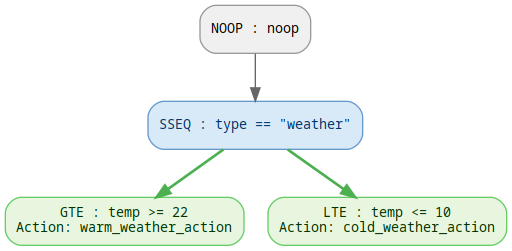
This is doc/dag/weather.png from Asmodai/gohacks, a Graphviz export, as it was before one commit. Its source is kept beside it as doc/dag/weather.dot.
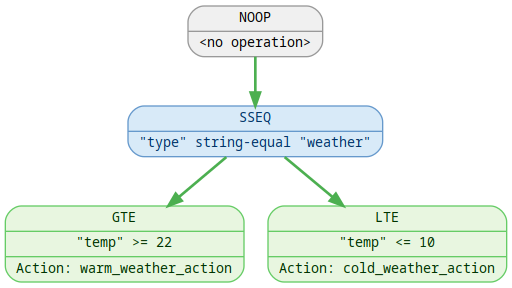
After the commit.

The edit, as a diff of the source:
```diff
@@ -1,15 +1,13 @@
 digraph DAG {
   graph [bgcolor=transparent];
-  node [shape=box, style="rounded,filled", fontname="monospace", fontsize=10];
+  rankdir=TB;
+  node [shape=record, style="rounded,filled", fontname="monospace", fontsize=10];
   edge [color="#666666"];
-
-  n0 [label="NOOP : noop", fillcolor="#F0F0F0", fontcolor="#000000", color="#999999"];
-
-  n1 [label="SSEQ : type == \"weather\"", fillcolor="#D8EAF8", fontcolor="#003366", color="#6699CC"];
-  n2 [label="GTE : temp >= 22\nAction: warm_weather_action", fillcolor="#E8F6E0", fontcolor="#003300", color="#66CC66"];
-  n3 [label="LTE : temp <= 10\nAction: cold_weather_action", fillcolor="#E8F6E0", fontcolor="#003300", color="#66CC66"];
-
-  n0 -> n1;
+  n0 [label="{<f0> NOOP | <f1> \<no operation\>}" fillcolor="#f0f0f0", fontcolor="#000000", color="#999999"];
+  n1 [label="{<f0> SSEQ | <f1> \"type\" string-equal \"weather\"}" fillcolor="#d8eaf8", fontcolor="#003366", color="#6699cc"];
+  n2 [label="{<f0> GTE | <f1> \"temp\" \>= 22 | <f2> Action: warm_weather_action}" fillcolor="#e8f6e0", fontcolor="#003300", color="#66cc66"];
   n1 -> n2 [color="#4CAF50", style=bold];
+  n3 [label="{<f0> LTE | <f1> \"temp\" \<= 10 | <f2> Action: cold_weather_action}" fillcolor="#e8f6e0", fontcolor="#003300", color="#66cc66"];
   n1 -> n3 [color="#4CAF50", style=bold];
+  n0 -> n1 [color="#4CAF50", style=bold];
 }
```
